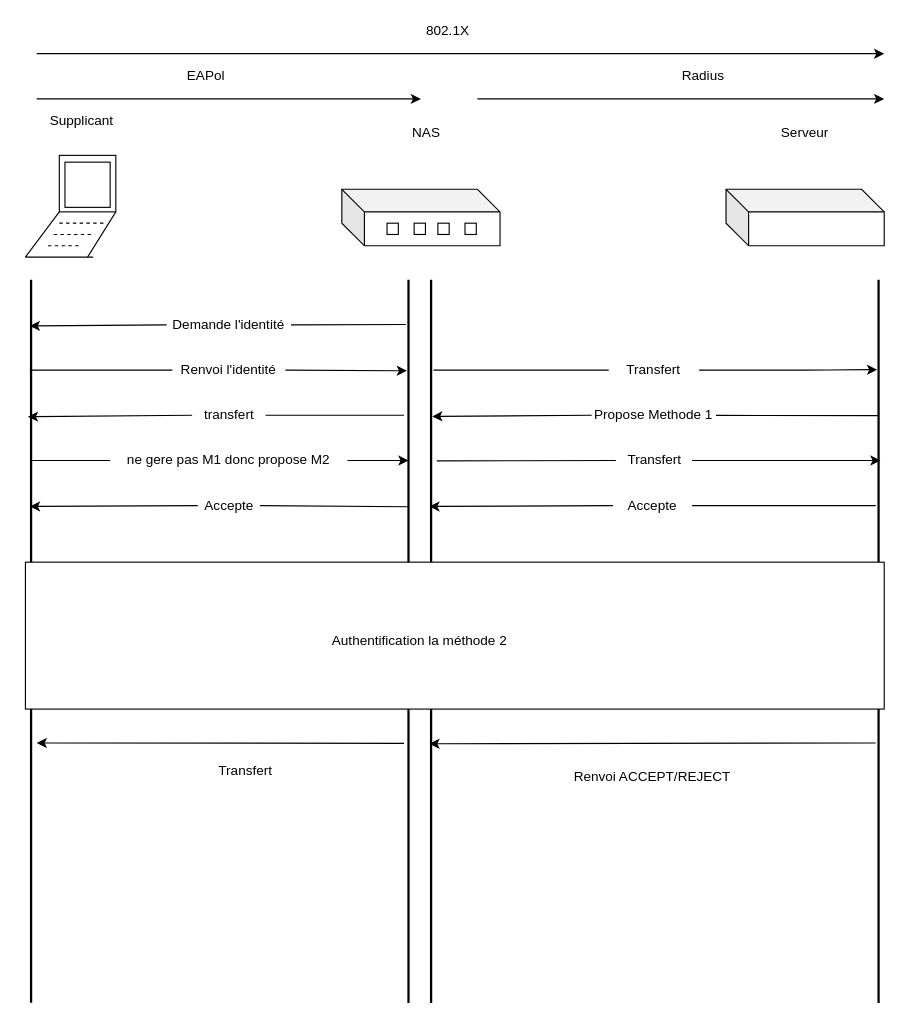
Gomonriou/Radius keeps this draw.io diagram as EAP.drawio. Above is the earlier version. Source tidied: cells renumbered, new cells numbered last; positions are measured from the earlier drawing's top-left corner, leaving out a move shared by most shapes. Both pictures are drawn from the tidied source at 113%, with x=0, y=0 at pixel (25, 19).
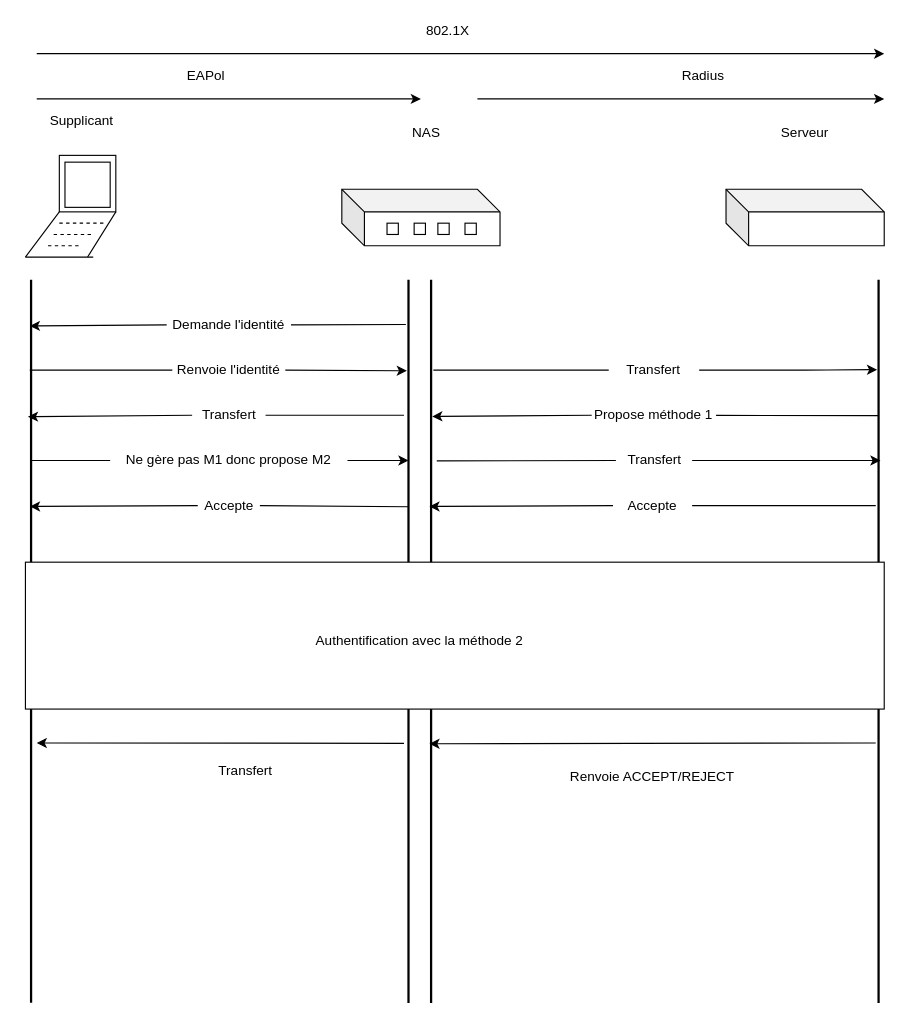
Above is the later version.

The edit, as a diff of the source:
```diff
@@
-    <mxCell id="31" value="Authentification la méthode 2" style="text;html=1;strokeColor=none;fillColor=none;align=center;verticalAlign=middle;whiteSpace=wrap;rounded=0;" parent="1" vertex="1">
+    <mxCell id="31" value="Authentification avec la méthode 2" style="text;html=1;strokeColor=none;fillColor=none;align=center;verticalAlign=middle;whiteSpace=wrap;rounded=0;" parent="1" vertex="1">
       <mxGeometry x="154" y="540" width="390" height="20" as="geometry" />
     </mxCell>
@@
-    <mxCell id="40" value="Renvoi ACCEPT/REJECT" style="text;html=1;strokeColor=none;fillColor=none;align=center;verticalAlign=middle;whiteSpace=wrap;rounded=0;" parent="1" vertex="1">
+    <mxCell id="40" value="Renvoie ACCEPT/REJECT" style="text;html=1;strokeColor=none;fillColor=none;align=center;verticalAlign=middle;whiteSpace=wrap;rounded=0;" parent="1" vertex="1">
       <mxGeometry x="480" y="660" width="150" height="20" as="geometry" />
     </mxCell>
@@
-    <mxCell id="48" value="Propose Methode 1" style="text;html=1;strokeColor=none;fillColor=none;align=center;verticalAlign=middle;whiteSpace=wrap;rounded=0;" parent="1" vertex="1">
+    <mxCell id="48" value="Propose méthode 1" style="text;html=1;strokeColor=none;fillColor=none;align=center;verticalAlign=middle;whiteSpace=wrap;rounded=0;" parent="1" vertex="1">
       <mxGeometry x="501.2" y="340" width="110" height="20" as="geometry" />
     </mxCell>
@@
-    <mxCell id="54" value="transfert" style="text;html=1;strokeColor=none;fillColor=none;align=center;verticalAlign=middle;whiteSpace=wrap;rounded=0;" parent="1" vertex="1">
+    <mxCell id="54" value="Transfert" style="text;html=1;strokeColor=none;fillColor=none;align=center;verticalAlign=middle;whiteSpace=wrap;rounded=0;" parent="1" vertex="1">
       <mxGeometry x="147.5" y="340" width="65" height="20" as="geometry" />
     </mxCell>
@@
-    <mxCell id="56" value="ne gere pas M1 donc propose M2" style="text;html=1;strokeColor=none;fillColor=none;align=center;verticalAlign=middle;whiteSpace=wrap;rounded=0;" parent="1" vertex="1">
+    <mxCell id="56" value="Ne gère pas M1 donc propose M2" style="text;html=1;strokeColor=none;fillColor=none;align=center;verticalAlign=middle;whiteSpace=wrap;rounded=0;" parent="1" vertex="1">
       <mxGeometry x="75" y="380" width="210" height="20" as="geometry" />
     </mxCell>
@@
-    <mxCell id="60" value="Renvoi l'identité" style="text;html=1;strokeColor=none;fillColor=none;align=center;verticalAlign=middle;whiteSpace=wrap;rounded=0;" parent="1" vertex="1">
+    <mxCell id="60" value="Renvoie l'identité" style="text;html=1;strokeColor=none;fillColor=none;align=center;verticalAlign=middle;whiteSpace=wrap;rounded=0;" parent="1" vertex="1">
       <mxGeometry x="130" y="300" width="100" height="20" as="geometry" />
     </mxCell>
```
